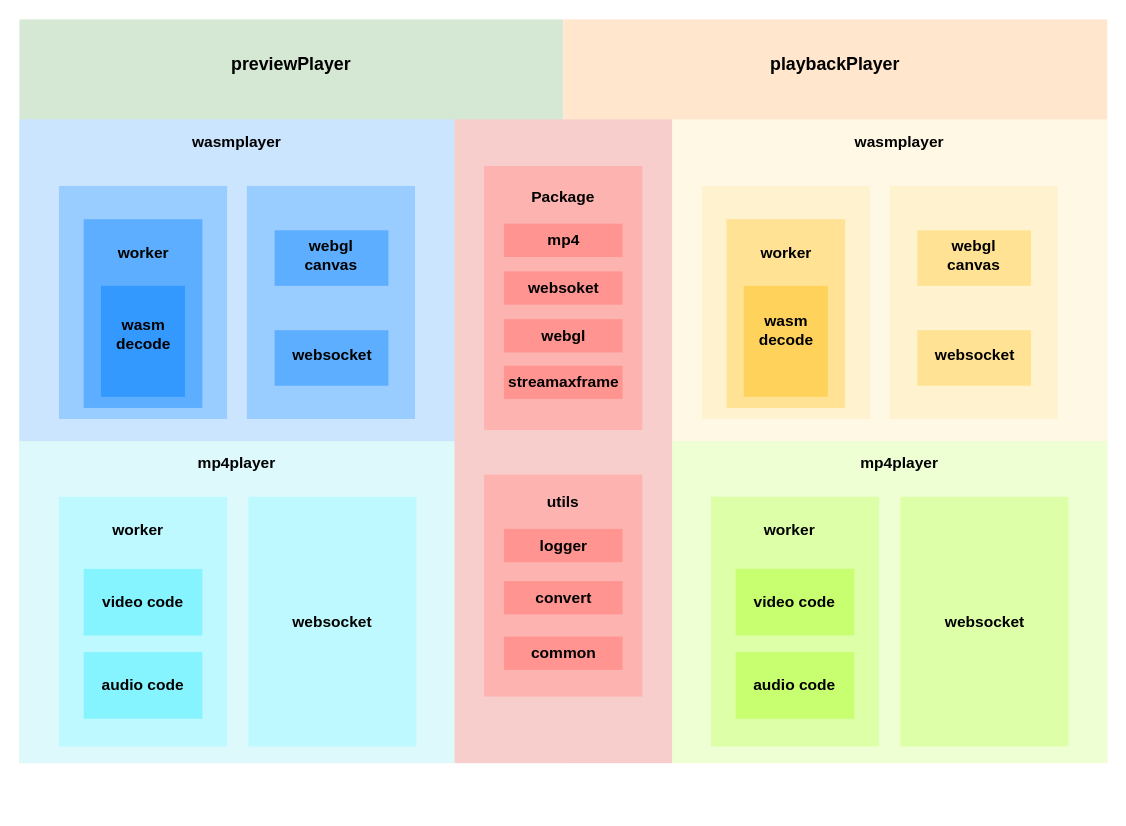
Before: Untitled Diagram.drawio in hellangel2017/hello-world, a draw.io diagram. Source tidied: cells renumbered, new cells numbered last; positions are measured from the earlier drawing's top-left corner, leaving out a move shared by most shapes. Both pictures are drawn from the tidied source at 111%, with x=0, y=0 at pixel (19, 19).
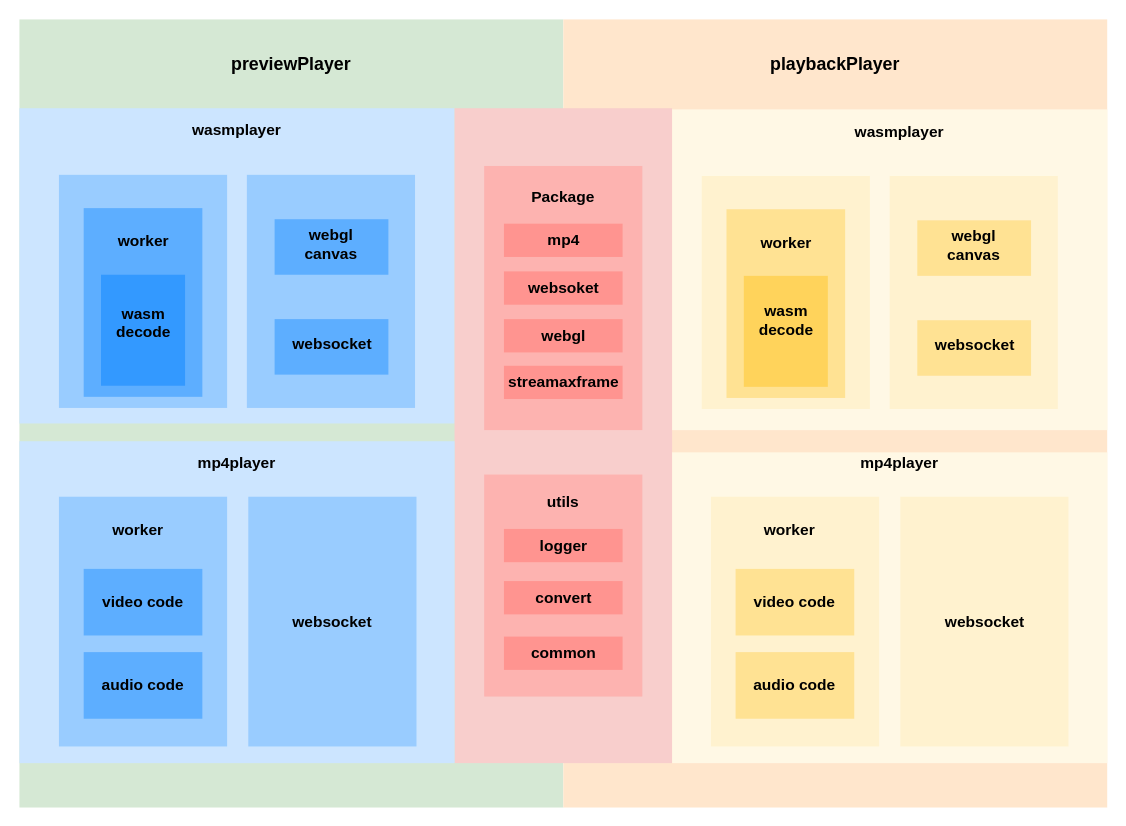
Above is the later version.

Diff of the diagram source:
```diff
@@
     <mxCell id="2" style="group;" parent="1" vertex="1">
-      <mxGeometry width="980" height="670" as="geometry" />
+      <mxGeometry width="980" height="710" as="geometry" />
     </mxCell>
     <mxCell id="3" style="rounded=0;whiteSpace=wrap;html=1;fillColor=#d5e8d4;strokeColor=none;" parent="2" vertex="1">
-      <mxGeometry width="490" height="670" as="geometry" />
+      <mxGeometry width="490" height="710" as="geometry" />
     </mxCell>
     <mxCell id="4" style="rounded=0;whiteSpace=wrap;html=1;fillColor=#ffe6cc;strokeColor=none;" parent="2" vertex="1">
-      <mxGeometry x="490" width="490" height="670" as="geometry" />
+      <mxGeometry x="490" width="490" height="710" as="geometry" />
     </mxCell>
@@
     <mxCell id="7" style="rounded=0;whiteSpace=wrap;html=1;fillColor=#cce5ff;strokeColor=none;" parent="2" vertex="1">
-      <mxGeometry y="90" width="392" height="290" as="geometry" />
+      <mxGeometry y="80" width="392" height="284" as="geometry" />
     </mxCell>
     <mxCell id="8" style="rounded=0;whiteSpace=wrap;html=1;fillColor=#f8cecc;strokeColor=none;" parent="2" vertex="1">
-      <mxGeometry x="392" y="90" width="196" height="580" as="geometry" />
+      <mxGeometry x="392" y="80" width="196" height="590" as="geometry" />
     </mxCell>
     <mxCell id="9" style="rounded=0;whiteSpace=wrap;html=1;strokeColor=none;fillColor=#fff8e5;" parent="2" vertex="1">
-      <mxGeometry x="588" y="90" width="392" height="290" as="geometry" />
+      <mxGeometry x="588" y="81" width="392" height="289" as="geometry" />
     </mxCell>
     <mxCell id="10" value="&lt;b&gt;&lt;font style=&quot;font-size: 14px&quot;&gt;wasmplayer&lt;/font&gt;&lt;/b&gt;" style="text;html=1;strokeColor=none;fillColor=none;align=center;verticalAlign=middle;whiteSpace=wrap;rounded=0;" parent="2" vertex="1">
-      <mxGeometry x="178.2" y="100" width="35.6" height="20" as="geometry" />
+      <mxGeometry x="178.2" y="90" width="35.6" height="20" as="geometry" />
     </mxCell>
     <mxCell id="11" value="&lt;b&gt;&lt;font style=&quot;font-size: 14px&quot;&gt;wasmplayer&lt;/font&gt;&lt;/b&gt;" style="text;html=1;strokeColor=none;fillColor=none;align=center;verticalAlign=middle;whiteSpace=wrap;rounded=0;" parent="2" vertex="1">
-      <mxGeometry x="775.1" y="100" width="35.6" height="20" as="geometry" />
+      <mxGeometry x="775.1" y="91" width="35.6" height="20" as="geometry" />
     </mxCell>
-    <mxCell id="12" style="rounded=0;whiteSpace=wrap;html=1;fillColor=#DEF9FC;strokeColor=none;" parent="2" vertex="1">
+    <mxCell id="12" style="rounded=0;whiteSpace=wrap;html=1;strokeColor=none;fillColor=#CCE5FF;" parent="2" vertex="1">
       <mxGeometry y="380" width="392" height="290" as="geometry" />
     </mxCell>
@@
-    <mxCell id="14" style="rounded=0;whiteSpace=wrap;html=1;fillColor=#EEFFD4;strokeColor=none;" parent="2" vertex="1">
-      <mxGeometry x="588" y="380" width="392" height="290" as="geometry" />
+    <mxCell id="14" style="rounded=0;whiteSpace=wrap;html=1;strokeColor=none;fillColor=#FFF8E5;" parent="2" vertex="1">
+      <mxGeometry x="588" y="390" width="392" height="280" as="geometry" />
     </mxCell>
@@
     <mxCell id="16" style="rounded=0;whiteSpace=wrap;html=1;fillColor=#99ccff;strokeColor=none;" parent="2" vertex="1">
-      <mxGeometry x="35.6" y="150" width="151.5" height="210" as="geometry" />
+      <mxGeometry x="35.6" y="140" width="151.5" height="210" as="geometry" />
     </mxCell>
     <mxCell id="17" style="rounded=0;whiteSpace=wrap;html=1;fillColor=#99ccff;strokeColor=none;" parent="2" vertex="1">
-      <mxGeometry x="204.9" y="150" width="151.5" height="210" as="geometry" />
+      <mxGeometry x="204.9" y="140" width="151.5" height="210" as="geometry" />
     </mxCell>
     <mxCell id="18" style="rounded=0;whiteSpace=wrap;html=1;strokeColor=none;fillColor=#5daeff;" parent="2" vertex="1">
-      <mxGeometry x="57.9" y="180" width="106.9" height="170" as="geometry" />
+      <mxGeometry x="57.9" y="170" width="106.9" height="170" as="geometry" />
     </mxCell>
     <mxCell id="19" value="&lt;b&gt;&lt;font style=&quot;font-size: 14px&quot;&gt;worker&lt;/font&gt;&lt;/b&gt;" style="text;html=1;strokeColor=none;fillColor=none;align=center;verticalAlign=middle;whiteSpace=wrap;rounded=0;" parent="2" vertex="1">
-      <mxGeometry x="93.5" y="200" width="35.6" height="20" as="geometry" />
+      <mxGeometry x="93.5" y="190" width="35.6" height="20" as="geometry" />
     </mxCell>
     <mxCell id="20" style="rounded=0;whiteSpace=wrap;html=1;fillColor=#3399ff;strokeColor=none;" parent="2" vertex="1">
-      <mxGeometry x="73.5" y="240" width="75.7" height="100" as="geometry" />
+      <mxGeometry x="73.5" y="230" width="75.7" height="100" as="geometry" />
     </mxCell>
     <mxCell id="21" value="&lt;span style=&quot;font-size: 14px&quot;&gt;&lt;b&gt;wasm decode&lt;/b&gt;&lt;/span&gt;" style="text;html=1;strokeColor=none;fillColor=none;align=center;verticalAlign=middle;whiteSpace=wrap;rounded=0;" parent="2" vertex="1">
-      <mxGeometry x="93.5" y="273" width="35.6" height="20" as="geometry" />
+      <mxGeometry x="93.5" y="263" width="35.6" height="20" as="geometry" />
     </mxCell>
     <mxCell id="22" style="rounded=0;whiteSpace=wrap;html=1;fillColor=#5DAEFF;strokeColor=none;" parent="2" vertex="1">
-      <mxGeometry x="229.9" y="190" width="102.5" height="50" as="geometry" />
+      <mxGeometry x="229.9" y="180" width="102.5" height="50" as="geometry" />
     </mxCell>
     <mxCell id="23" value="&lt;b&gt;&lt;font style=&quot;font-size: 14px&quot;&gt;webgl canvas&lt;/font&gt;&lt;/b&gt;" style="text;html=1;strokeColor=none;fillColor=none;align=center;verticalAlign=middle;whiteSpace=wrap;rounded=0;" parent="2" vertex="1">
-      <mxGeometry x="263.3" y="202" width="35.6" height="20" as="geometry" />
+      <mxGeometry x="263.3" y="192" width="35.6" height="20" as="geometry" />
     </mxCell>
     <mxCell id="24" style="rounded=0;whiteSpace=wrap;html=1;fillColor=#5DAEFF;strokeColor=none;" parent="2" vertex="1">
-      <mxGeometry x="229.9" y="280" width="102.5" height="50" as="geometry" />
+      <mxGeometry x="229.9" y="270" width="102.5" height="50" as="geometry" />
     </mxCell>
     <mxCell id="25" value="&lt;b&gt;&lt;font style=&quot;font-size: 14px&quot;&gt;websocket&lt;/font&gt;&lt;/b&gt;" style="text;html=1;strokeColor=none;fillColor=none;align=center;verticalAlign=middle;whiteSpace=wrap;rounded=0;" parent="2" vertex="1">
-      <mxGeometry x="264.2" y="292" width="35.6" height="20" as="geometry" />
+      <mxGeometry x="264.2" y="282" width="35.6" height="20" as="geometry" />
     </mxCell>
     <mxCell id="26" style="rounded=0;whiteSpace=wrap;html=1;strokeColor=none;fillColor=#FFF2CF;" parent="2" vertex="1">
-      <mxGeometry x="614.7" y="150" width="151.5" height="210" as="geometry" />
+      <mxGeometry x="614.7" y="141" width="151.5" height="210" as="geometry" />
     </mxCell>
     <mxCell id="27" style="rounded=0;whiteSpace=wrap;html=1;strokeColor=none;fillColor=#fff2cf;" parent="2" vertex="1">
-      <mxGeometry x="784" y="150" width="151.5" height="210" as="geometry" />
+      <mxGeometry x="784" y="141" width="151.5" height="210" as="geometry" />
     </mxCell>
     <mxCell id="28" style="rounded=0;whiteSpace=wrap;html=1;strokeColor=none;fillColor=#FFE293;" parent="2" vertex="1">
-      <mxGeometry x="637" y="180" width="106.9" height="170" as="geometry" />
+      <mxGeometry x="637" y="171" width="106.9" height="170" as="geometry" />
     </mxCell>
     <mxCell id="29" value="&lt;b&gt;&lt;font style=&quot;font-size: 14px&quot;&gt;worker&lt;/font&gt;&lt;/b&gt;" style="text;html=1;strokeColor=none;fillColor=none;align=center;verticalAlign=middle;whiteSpace=wrap;rounded=0;" parent="2" vertex="1">
-      <mxGeometry x="672.6" y="200" width="35.6" height="20" as="geometry" />
+      <mxGeometry x="672.6" y="191" width="35.6" height="20" as="geometry" />
     </mxCell>
     <mxCell id="30" style="rounded=0;whiteSpace=wrap;html=1;strokeColor=none;fillColor=#ffd35b;" parent="2" vertex="1">
-      <mxGeometry x="652.6" y="240" width="75.7" height="100" as="geometry" />
+      <mxGeometry x="652.6" y="231" width="75.7" height="100" as="geometry" />
     </mxCell>
     <mxCell id="31" value="&lt;span style=&quot;font-size: 14px&quot;&gt;&lt;b&gt;wasm decode&lt;/b&gt;&lt;/span&gt;" style="text;html=1;strokeColor=none;fillColor=none;align=center;verticalAlign=middle;whiteSpace=wrap;rounded=0;" parent="2" vertex="1">
-      <mxGeometry x="672.6" y="270" width="35.6" height="20" as="geometry" />
+      <mxGeometry x="672.6" y="261" width="35.6" height="20" as="geometry" />
     </mxCell>
     <mxCell id="32" style="rounded=0;whiteSpace=wrap;html=1;strokeColor=none;fillColor=#ffe293;" parent="2" vertex="1">
-      <mxGeometry x="808.9" y="190" width="102.5" height="50" as="geometry" />
+      <mxGeometry x="808.9" y="181" width="102.5" height="50" as="geometry" />
     </mxCell>
     <mxCell id="33" value="&lt;b&gt;&lt;font style=&quot;font-size: 14px&quot;&gt;webgl canvas&lt;/font&gt;&lt;/b&gt;" style="text;html=1;strokeColor=none;fillColor=none;align=center;verticalAlign=middle;whiteSpace=wrap;rounded=0;" parent="2" vertex="1">
-      <mxGeometry x="842.4" y="202" width="35.6" height="20" as="geometry" />
+      <mxGeometry x="842.4" y="193" width="35.6" height="20" as="geometry" />
     </mxCell>
     <mxCell id="34" style="rounded=0;whiteSpace=wrap;html=1;strokeColor=none;fillColor=#FFE293;" parent="2" vertex="1">
-      <mxGeometry x="808.9" y="280" width="102.5" height="50" as="geometry" />
+      <mxGeometry x="808.9" y="271" width="102.5" height="50" as="geometry" />
     </mxCell>
     <mxCell id="35" value="&lt;b&gt;&lt;font style=&quot;font-size: 14px&quot;&gt;websocket&lt;/font&gt;&lt;/b&gt;" style="text;html=1;strokeColor=none;fillColor=none;align=center;verticalAlign=middle;whiteSpace=wrap;rounded=0;" parent="2" vertex="1">
-      <mxGeometry x="843.2" y="292" width="35.6" height="20" as="geometry" />
+      <mxGeometry x="843.2" y="283" width="35.6" height="20" as="geometry" />
     </mxCell>
@@
-    <mxCell id="47" style="rounded=0;whiteSpace=wrap;html=1;fillColor=#bef9ff;strokeColor=none;" parent="2" vertex="1">
+    <mxCell id="47" style="rounded=0;whiteSpace=wrap;html=1;strokeColor=none;fillColor=#99CCFF;" parent="2" vertex="1">
       <mxGeometry x="35.6" y="430" width="151.5" height="225" as="geometry" />
     </mxCell>
@@
-    <mxCell id="49" value="&lt;b&gt;&lt;font style=&quot;font-size: 14px&quot;&gt;websocket&lt;/font&gt;&lt;/b&gt;" style="rounded=0;whiteSpace=wrap;html=1;fillColor=#bef9ff;strokeColor=none;" parent="2" vertex="1">
+    <mxCell id="49" value="&lt;b&gt;&lt;font style=&quot;font-size: 14px&quot;&gt;websocket&lt;/font&gt;&lt;/b&gt;" style="rounded=0;whiteSpace=wrap;html=1;strokeColor=none;fillColor=#99CCFF;" parent="2" vertex="1">
       <mxGeometry x="206.2" y="430" width="151.5" height="225" as="geometry" />
     </mxCell>
-    <mxCell id="50" value="&lt;span style=&quot;font-size: 14px&quot;&gt;&lt;b&gt;video code&lt;/b&gt;&lt;/span&gt;" style="rounded=0;whiteSpace=wrap;html=1;fillColor=#85f4ff;strokeColor=none;" parent="2" vertex="1">
+    <mxCell id="50" value="&lt;span style=&quot;font-size: 14px&quot;&gt;&lt;b&gt;video code&lt;/b&gt;&lt;/span&gt;" style="rounded=0;whiteSpace=wrap;html=1;strokeColor=none;fillColor=#5DAEFF;" parent="2" vertex="1">
       <mxGeometry x="57.9" y="495" width="106.9" height="60" as="geometry" />
     </mxCell>
-    <mxCell id="51" value="&lt;b&gt;&lt;font style=&quot;font-size: 14px&quot;&gt;audio code&lt;/font&gt;&lt;/b&gt;" style="rounded=0;whiteSpace=wrap;html=1;fillColor=#85f4ff;strokeColor=none;" parent="2" vertex="1">
+    <mxCell id="51" value="&lt;b&gt;&lt;font style=&quot;font-size: 14px&quot;&gt;audio code&lt;/font&gt;&lt;/b&gt;" style="rounded=0;whiteSpace=wrap;html=1;strokeColor=none;fillColor=#5DAEFF;" parent="2" vertex="1">
       <mxGeometry x="57.9" y="570" width="106.9" height="60" as="geometry" />
     </mxCell>
-    <mxCell id="52" style="rounded=0;whiteSpace=wrap;html=1;strokeColor=none;fillColor=#ddffa8;" parent="2" vertex="1">
+    <mxCell id="52" style="rounded=0;whiteSpace=wrap;html=1;strokeColor=none;fillColor=#FFF2CF;" parent="2" vertex="1">
       <mxGeometry x="623" y="430" width="151.5" height="225" as="geometry" />
     </mxCell>
@@
-    <mxCell id="54" value="&lt;b&gt;&lt;font style=&quot;font-size: 14px&quot;&gt;websocket&lt;/font&gt;&lt;/b&gt;" style="rounded=0;whiteSpace=wrap;html=1;strokeColor=none;fillColor=#ddffa8;" parent="2" vertex="1">
+    <mxCell id="54" value="&lt;b&gt;&lt;font style=&quot;font-size: 14px&quot;&gt;websocket&lt;/font&gt;&lt;/b&gt;" style="rounded=0;whiteSpace=wrap;html=1;strokeColor=none;fillColor=#FFF2CF;" parent="2" vertex="1">
       <mxGeometry x="793.6" y="430" width="151.5" height="225" as="geometry" />
     </mxCell>
-    <mxCell id="55" value="&lt;span style=&quot;font-size: 14px&quot;&gt;&lt;b&gt;video code&lt;/b&gt;&lt;/span&gt;" style="rounded=0;whiteSpace=wrap;html=1;strokeColor=none;fillColor=#c7ff70;" parent="2" vertex="1">
+    <mxCell id="55" value="&lt;span style=&quot;font-size: 14px&quot;&gt;&lt;b&gt;video code&lt;/b&gt;&lt;/span&gt;" style="rounded=0;whiteSpace=wrap;html=1;strokeColor=none;fillColor=#FFE293;" parent="2" vertex="1">
       <mxGeometry x="645.2" y="495" width="106.9" height="60" as="geometry" />
     </mxCell>
-    <mxCell id="56" value="&lt;b&gt;&lt;font style=&quot;font-size: 14px&quot;&gt;audio code&lt;/font&gt;&lt;/b&gt;" style="rounded=0;whiteSpace=wrap;html=1;strokeColor=none;fillColor=#c7ff70;" parent="2" vertex="1">
+    <mxCell id="56" value="&lt;b&gt;&lt;font style=&quot;font-size: 14px&quot;&gt;audio code&lt;/font&gt;&lt;/b&gt;" style="rounded=0;whiteSpace=wrap;html=1;strokeColor=none;fillColor=#FFE293;" parent="2" vertex="1">
       <mxGeometry x="645.2" y="570" width="106.9" height="60" as="geometry" />
     </mxCell>
```
